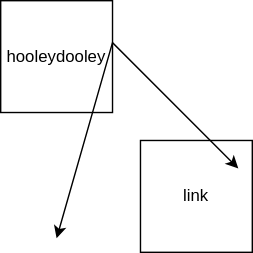
Above: test.drawio.svg in aekiss/test-delete (draw.io), before the change. Source tidied: cells renumbered, new cells last; positions are measured from the earlier drawing's top-left corner, leaving out a move shared by most shapes.
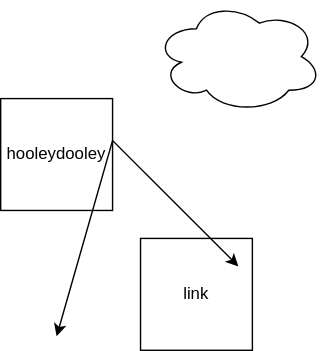
After the change.

Diff of the diagram source:
```diff
@@ -17,5 +17,8 @@
         </Array>
       </mxGeometry>
     </mxCell>
+    <mxCell id="5" style="ellipse;shape=cloud;whiteSpace=wrap;html=1;" parent="1" vertex="1">
+      <mxGeometry x="110" y="-70" width="120" height="80" as="geometry" />
+    </mxCell>
   </root>
 </mxGraphModel>
```
